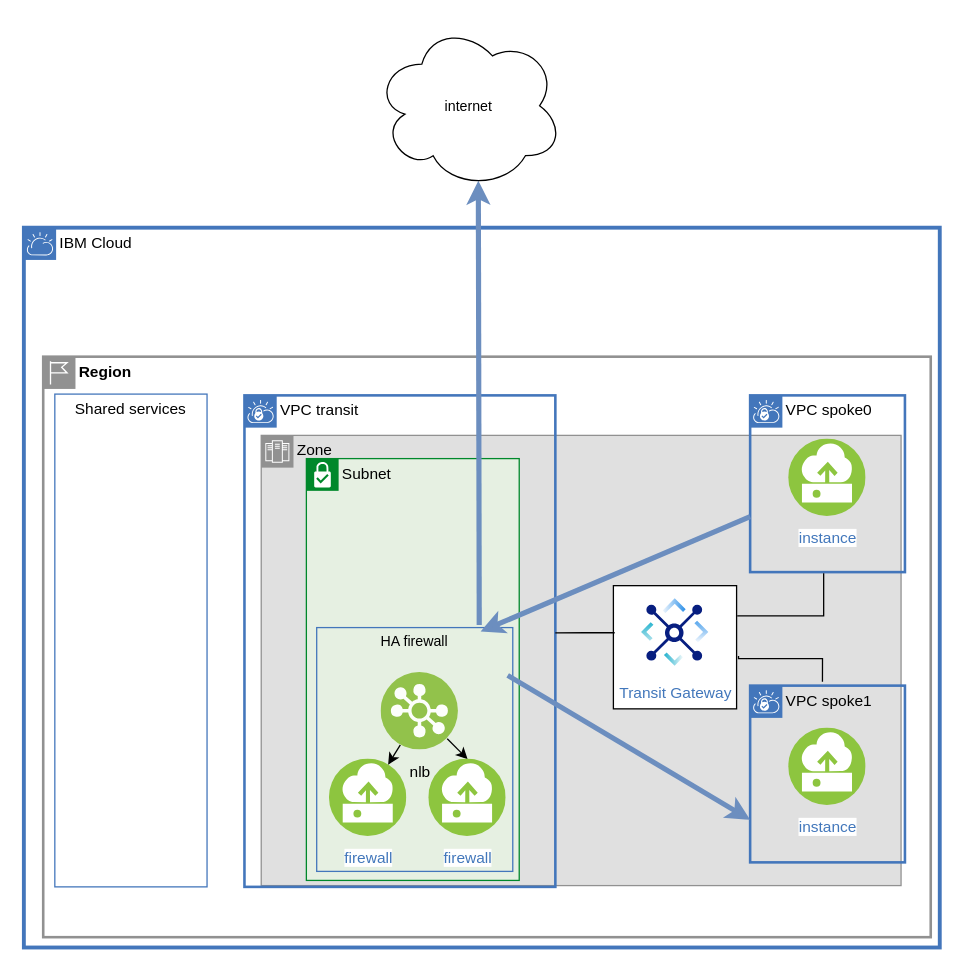
Earlier version of the draw.io diagram page "intro vpe" (6 of 7) of firewall.drawio (IBM-Cloud/vpc-transit-firewall). Source tidied: cells renumbered, new cells numbered last; positions are measured from the earlier drawing's top-left corner, leaving out a move shared by most shapes. Both pictures are drawn from the tidied source at 129%, with x=0, y=0 at pixel (23, 22). Pictures stored in the file or linked from it are replaced by grey dashed boxes.
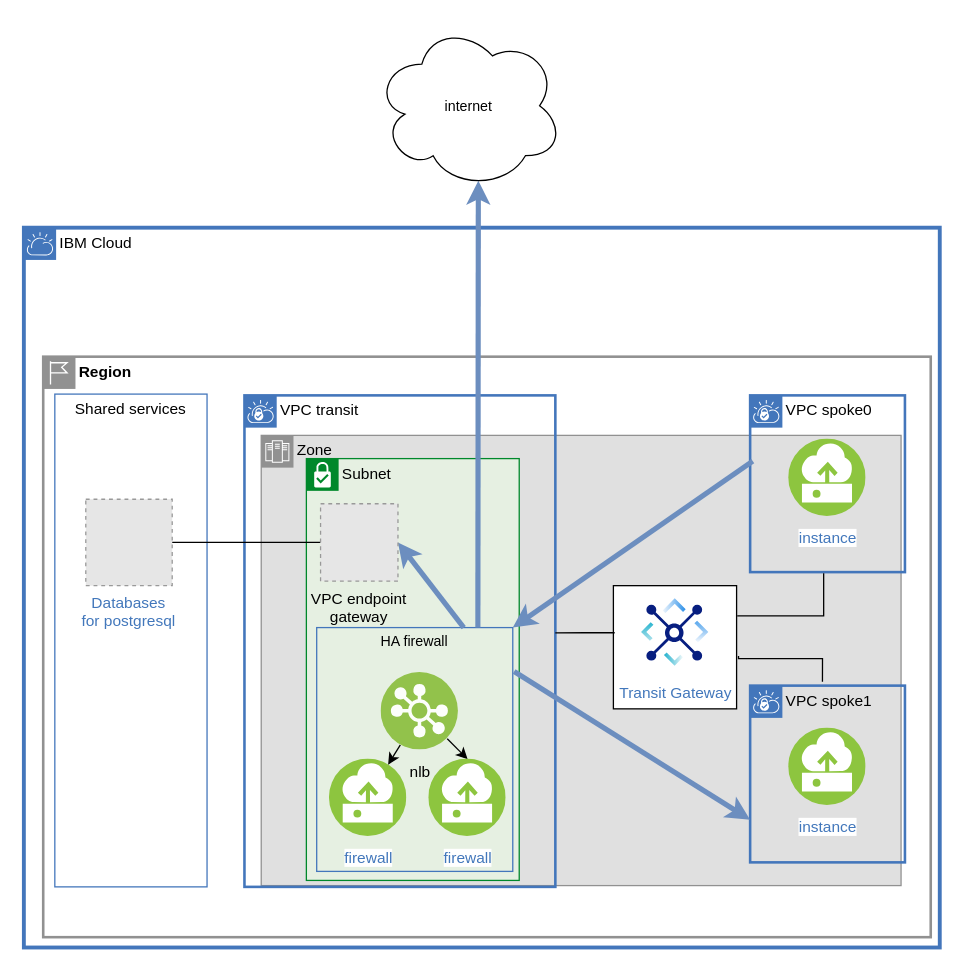
The same page after the edit.

Unchanged cells that the change refers to:
```xml
<mxCell id="6" value="&lt;span style=&quot;font-weight: normal&quot;&gt;VPC spoke1&lt;/span&gt;" style="shape=mxgraph.ibm.box;prType=vpc;fontStyle=1;verticalAlign=top;align=left;spacingLeft=32;spacingTop=4;fillColor=none;rounded=0;whiteSpace=wrap;html=1;strokeColor=#4376BB;strokeWidth=2;dashed=0;spacing=-4;" parent="1" vertex="1">
  <mxGeometry x="563" y="514" width="120" height="137" as="geometry" />
</mxCell>
<mxCell id="7" value="&lt;span style=&quot;font-weight: normal&quot;&gt;VPC spoke0&lt;/span&gt;" style="shape=mxgraph.ibm.box;prType=vpc;fontStyle=1;verticalAlign=top;align=left;spacingLeft=32;spacingTop=4;fillColor=none;rounded=0;whiteSpace=wrap;html=1;strokeColor=#4376BB;strokeWidth=2;dashed=0;spacing=-4;" parent="1" vertex="1">
  <mxGeometry x="563" y="289" width="120" height="137" as="geometry" />
</mxCell>
<mxCell id="10" value="HA firewall" style="fontStyle=0;verticalAlign=top;align=center;spacingTop=-2;fillColor=none;rounded=0;whiteSpace=wrap;html=1;strokeColor=#4376BB;strokeWidth=1;dashed=0;labelBackgroundColor=none;fontFamily=Helvetica;fontSize=11;fontColor=#000000;" parent="9" vertex="1">
  <mxGeometry x="8" y="131" width="152" height="189" as="geometry" />
</mxCell>
<mxCell id="25" value="internet" style="ellipse;shape=cloud;whiteSpace=wrap;html=1;labelBackgroundColor=none;fontFamily=Helvetica;fontSize=11;fontColor=#000000;fillColor=#FFFFFF;" parent="1" vertex="1">
  <mxGeometry x="272" width="146" height="129" as="geometry" />
</mxCell>
```

The edit, as a diff of the source:
```diff
@@
-    <mxCell id="19" style="edgeStyle=none;shape=connector;rounded=0;jettySize=auto;html=1;entryX=0.836;entryY=0.016;entryDx=0;entryDy=0;entryPerimeter=0;labelBackgroundColor=default;fontFamily=Helvetica;fontSize=11;fontColor=#000000;startArrow=none;startFill=0;endArrow=classic;endFill=1;strokeColor=#6c8ebf;strokeWidth=4;fillColor=#dae8fc;" parent="1" edge="1" source="7" target="10">
+    <mxCell id="19" style="edgeStyle=none;shape=connector;rounded=0;jettySize=auto;html=1;entryX=1;entryY=0;entryDx=0;entryDy=0;labelBackgroundColor=default;fontFamily=Helvetica;fontSize=11;fontColor=#000000;startArrow=none;startFill=0;endArrow=classic;endFill=1;strokeColor=#6c8ebf;strokeWidth=4;fillColor=#dae8fc;exitX=0.017;exitY=0.372;exitDx=0;exitDy=0;exitPerimeter=0;" parent="1" edge="1" source="7" target="10">
       <mxGeometry relative="1" as="geometry" />
     </mxCell>
-    <mxCell id="20" style="edgeStyle=none;shape=connector;rounded=0;jettySize=auto;html=1;entryX=0;entryY=0.759;entryDx=0;entryDy=0;entryPerimeter=0;labelBackgroundColor=default;fontFamily=Helvetica;fontSize=11;fontColor=#000000;startArrow=none;startFill=0;endArrow=classic;endFill=1;strokeColor=#6c8ebf;strokeWidth=4;fillColor=#dae8fc;exitX=0.974;exitY=0.196;exitDx=0;exitDy=0;exitPerimeter=0;" parent="1" edge="1" source="10" target="6">
+    <mxCell id="20" style="edgeStyle=none;shape=connector;rounded=0;jettySize=auto;html=1;entryX=0;entryY=0.759;entryDx=0;entryDy=0;entryPerimeter=0;labelBackgroundColor=default;fontFamily=Helvetica;fontSize=11;fontColor=#000000;startArrow=none;startFill=0;endArrow=classic;endFill=1;strokeColor=#6c8ebf;strokeWidth=4;fillColor=#dae8fc;exitX=1.007;exitY=0.18;exitDx=0;exitDy=0;exitPerimeter=0;" parent="1" edge="1" source="10" target="6">
       <mxGeometry relative="1" as="geometry" />
     </mxCell>
-    <mxCell id="21" style="edgeStyle=none;shape=connector;rounded=0;jettySize=auto;html=1;entryX=0.55;entryY=0.95;entryDx=0;entryDy=0;entryPerimeter=0;labelBackgroundColor=default;fontFamily=Helvetica;fontSize=11;fontColor=#000000;startArrow=none;startFill=0;endArrow=classic;endFill=1;strokeColor=#6c8ebf;strokeWidth=4;fillColor=#dae8fc;exitX=0.829;exitY=-0.011;exitDx=0;exitDy=0;exitPerimeter=0;" parent="1" edge="1" source="10" target="25">
+    <mxCell id="21" style="edgeStyle=none;shape=connector;rounded=0;jettySize=auto;html=1;entryX=0.55;entryY=0.95;entryDx=0;entryDy=0;entryPerimeter=0;labelBackgroundColor=default;fontFamily=Helvetica;fontSize=11;fontColor=#000000;startArrow=none;startFill=0;endArrow=classic;endFill=1;strokeColor=#6c8ebf;strokeWidth=4;fillColor=#dae8fc;exitX=0.822;exitY=0;exitDx=0;exitDy=0;exitPerimeter=0;" parent="1" edge="1" source="10" target="25">
       <mxGeometry relative="1" as="geometry" />
     </mxCell>
@@
+    <mxCell id="29" style="edgeStyle=none;shape=connector;rounded=0;jettySize=auto;html=1;exitX=0.75;exitY=0;exitDx=0;exitDy=0;entryX=1;entryY=0.5;entryDx=0;entryDy=0;labelBackgroundColor=default;fontFamily=Helvetica;fontSize=11;fontColor=#000000;startArrow=none;startFill=0;endArrow=classic;endFill=1;strokeColor=#6c8ebf;strokeWidth=4;fillColor=#dae8fc;" parent="1" edge="1" source="10" target="33">
+      <mxGeometry relative="1" as="geometry" />
+    </mxCell>
@@
+    <mxCell id="30" parent="0" />
+    <mxCell id="31" value="Databases&#10;for postgresql" style="fillColor=#E6E6E6;strokeColor=#999999;dashed=1;verticalLabelPosition=bottom;verticalAlign=top;fontColor=#4277BB;" parent="30" vertex="1">
+      <mxGeometry x="48" y="369.5" width="67" height="67" as="geometry" />
+    </mxCell>
+    <mxCell id="32" style="edgeStyle=orthogonalEdgeStyle;shape=connector;rounded=0;jettySize=auto;html=1;entryX=1;entryY=0.5;entryDx=0;entryDy=0;labelBackgroundColor=default;fontFamily=Helvetica;fontSize=11;fontColor=#000000;startArrow=none;startFill=0;endArrow=none;endFill=0;strokeColor=default;strokeWidth=1;" parent="30" edge="1" source="33" target="31">
+      <mxGeometry relative="1" as="geometry" />
+    </mxCell>
+    <mxCell id="33" value="VPC endpoint&#10;gateway" style="fillColor=#E6E6E6;strokeColor=#999999;dashed=1;verticalLabelPosition=bottom;labelBackgroundColor=none;verticalAlign=top;" parent="30" vertex="1">
+      <mxGeometry x="230" y="373" width="60" height="60" as="geometry" />
+    </mxCell>
```
